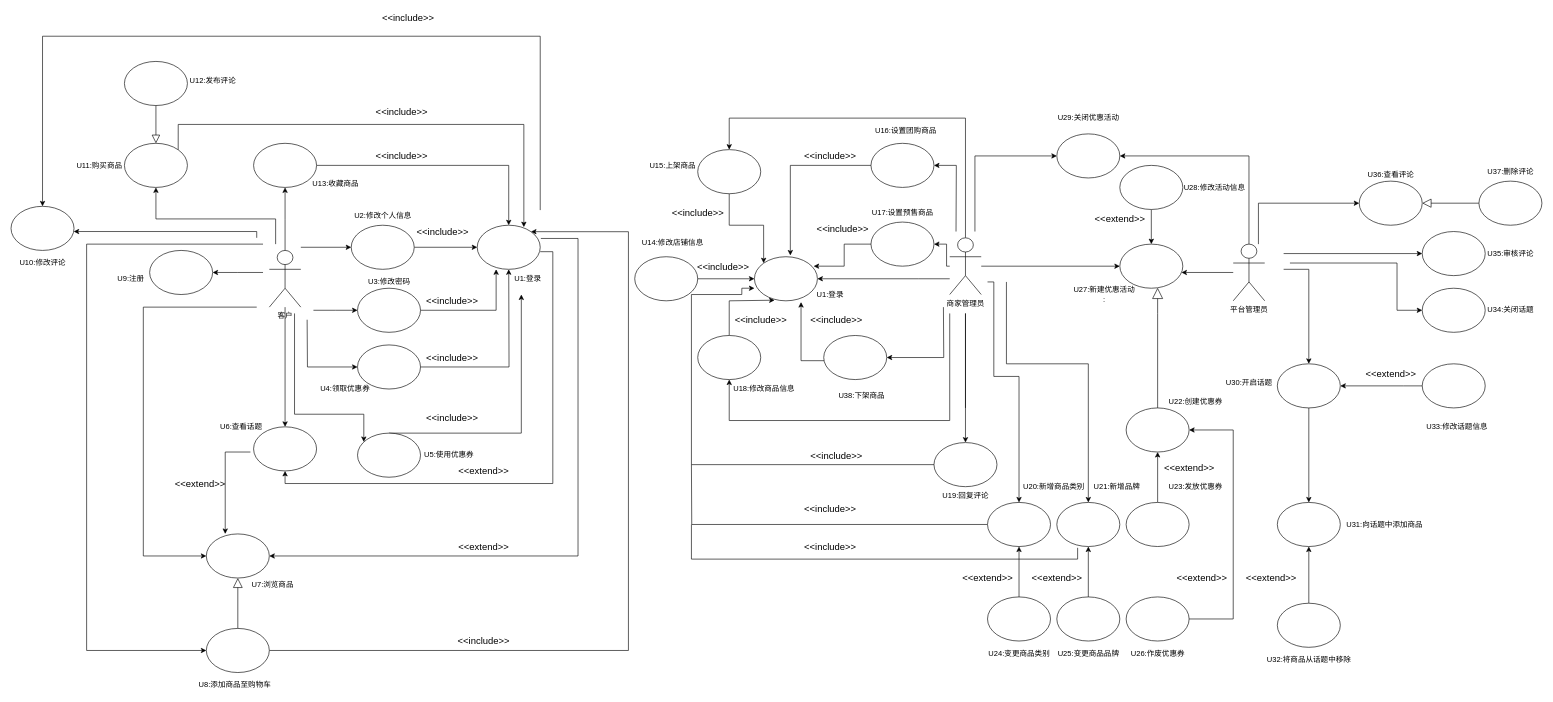
app1echip/grams keeps this draw.io diagram as 软工导论小组作业/需求建模之用例模型（商品模块）.drawio. Above is the earlier version. Source tidied: cells renumbered, new cells numbered last; positions are measured from the earlier drawing's top-left corner, leaving out a move shared by most shapes. Both pictures are drawn from the tidied source at 63%, with x=0, y=0 at pixel (11, 11).
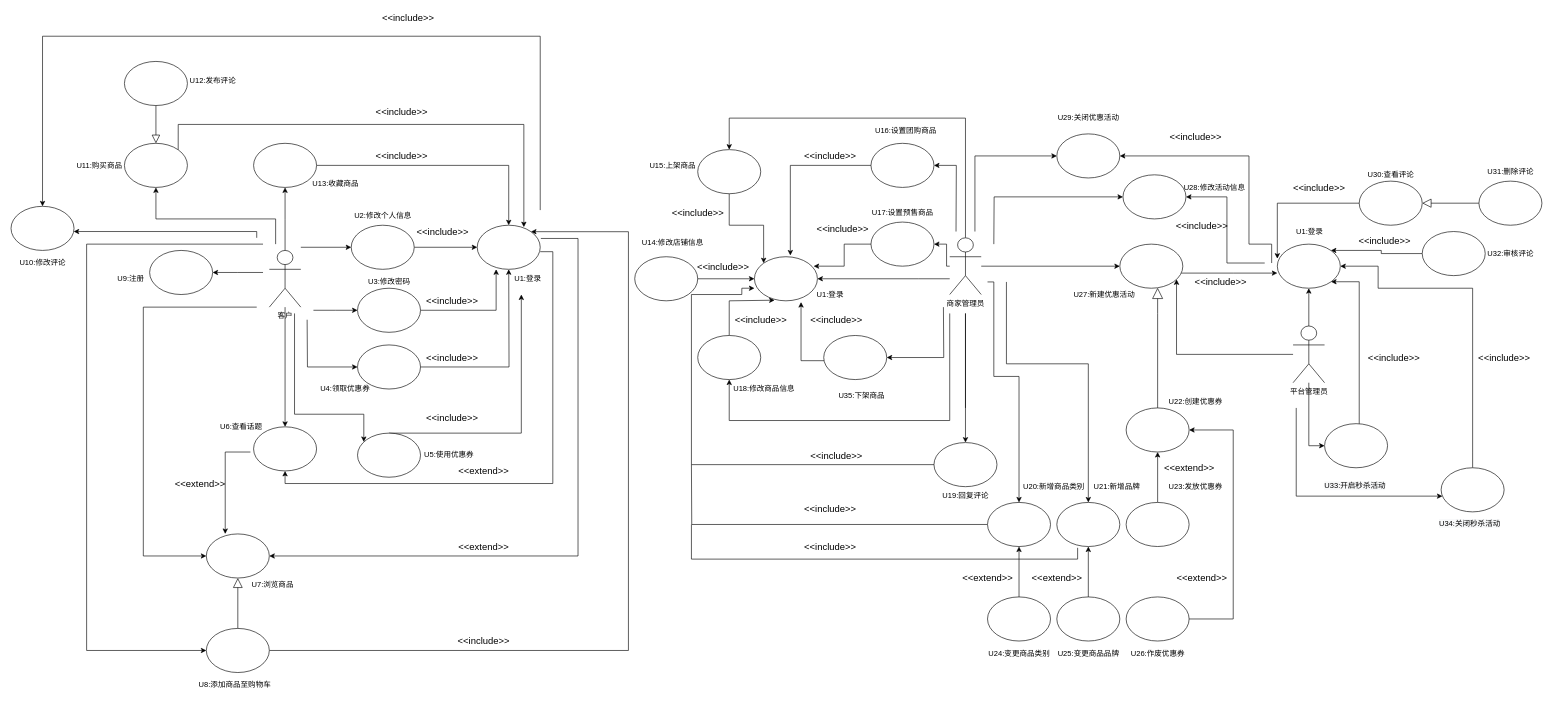
After the change.

Commit message:
Update 需求建模之用例模型（商品模块）.drawio

The change refers to these unchanged cells:
```xml
<mxCell id="57" style="ellipse;whiteSpace=wrap;html=1;" parent="1" vertex="1">
  <mxGeometry x="1760" y="370" width="100" height="70" as="geometry" />
</mxCell>
<mxCell id="59" style="ellipse;whiteSpace=wrap;html=1;" parent="1" vertex="1">
  <mxGeometry x="1660" y="195" width="100" height="70" as="geometry" />
</mxCell>
<mxCell id="63" style="ellipse;whiteSpace=wrap;html=1;" parent="1" vertex="1">
  <mxGeometry x="2240" y="350" width="100" height="70" as="geometry" />
</mxCell>
<mxCell id="81" style="ellipse;whiteSpace=wrap;html=1;" parent="1" vertex="1">
  <mxGeometry x="2140" y="270" width="100" height="70" as="geometry" />
</mxCell>
```

The edit, as a diff of the source:
```diff
@@
-    <mxCell id="10" style="edgeStyle=orthogonalEdgeStyle;rounded=0;jettySize=auto;html=1;" parent="1" edge="1" source="13" target="81">
+    <mxCell id="10" style="edgeStyle=orthogonalEdgeStyle;rounded=0;jettySize=auto;html=1;exitX=0;exitY=0.329;exitDx=0;exitDy=0;exitPerimeter=0;startArrow=classic;startFill=1;endArrow=none;endFill=0;" parent="1" edge="1" source="176" target="81">
       <mxGeometry relative="1" as="geometry">
         <Array as="points">
-          <mxPoint x="1980" y="375" />
+          <mxPoint x="2010" y="305" />
         </Array>
       </mxGeometry>
     </mxCell>
-    <mxCell id="11" style="edgeStyle=orthogonalEdgeStyle;rounded=0;jettySize=auto;html=1;" parent="1" edge="1" source="13" target="57">
+    <mxCell id="11" style="edgeStyle=orthogonalEdgeStyle;rounded=0;jettySize=auto;html=1;exitX=0;exitY=0.657;exitDx=0;exitDy=0;endArrow=none;endFill=0;startArrow=classic;startFill=1;exitPerimeter=0;" parent="1" edge="1" source="176" target="57">
       <mxGeometry relative="1" as="geometry">
         <Array as="points">
-          <mxPoint x="1900" y="415" />
-          <mxPoint x="1900" y="415" />
+          <mxPoint x="1940" y="416" />
+          <mxPoint x="1940" y="416" />
         </Array>
       </mxGeometry>
     </mxCell>
-    <mxCell id="12" style="edgeStyle=orthogonalEdgeStyle;rounded=0;jettySize=auto;html=1;entryX=1;entryY=0.5;entryDx=0;entryDy=0;startArrow=none;startFill=0;endArrow=classic;endFill=1;" parent="1" edge="1" source="13" target="59">
+    <mxCell id="12" style="edgeStyle=orthogonalEdgeStyle;rounded=0;jettySize=auto;html=1;entryX=1;entryY=0.5;entryDx=0;entryDy=0;startArrow=none;startFill=0;endArrow=classic;endFill=1;" parent="1" edge="1" target="59">
       <mxGeometry relative="1" as="geometry">
+        <mxPoint x="2001" y="400" as="sourcePoint" />
         <Array as="points">
+          <mxPoint x="2001" y="370" />
+          <mxPoint x="1965" y="370" />
           <mxPoint x="1965" y="230" />
         </Array>
       </mxGeometry>
     </mxCell>
+    <mxCell id="170" style="edgeStyle=orthogonalEdgeStyle;rounded=0;jettySize=auto;html=1;entryX=0.5;entryY=1;entryDx=0;entryDy=0;startArrow=none;startFill=0;endArrow=classic;endFill=1;" parent="1" edge="1" source="13" target="176">
+      <mxGeometry relative="1" as="geometry" />
+    </mxCell>
+    <mxCell id="171" style="edgeStyle=orthogonalEdgeStyle;rounded=0;jettySize=auto;html=1;startArrow=none;startFill=0;endArrow=classic;endFill=1;endSize=6;" parent="1" edge="1" source="13" target="57">
+      <mxGeometry relative="1" as="geometry">
+        <Array as="points">
+          <mxPoint x="1850" y="545" />
+        </Array>
+      </mxGeometry>
+    </mxCell>
+    <mxCell id="172" style="edgeStyle=orthogonalEdgeStyle;rounded=0;jettySize=auto;html=1;entryX=0;entryY=0.5;entryDx=0;entryDy=0;startArrow=none;startFill=0;endArrow=classic;endFill=1;endSize=6;" parent="1" edge="1" source="13" target="181">
+      <mxGeometry relative="1" as="geometry" />
+    </mxCell>
     <mxCell id="13" value="平台管理员" style="shape=umlActor;verticalLabelPosition=bottom;verticalAlign=top;html=1;outlineConnect=0;" parent="1" vertex="1">
-      <mxGeometry x="1940" y="370" width="50" height="90" as="geometry" />
+      <mxGeometry x="2035" y="500" width="50" height="90" as="geometry" />
     </mxCell>
@@
-    <mxCell id="56" style="edgeStyle=orthogonalEdgeStyle;rounded=0;jettySize=auto;html=1;entryX=0.5;entryY=1;entryDx=0;entryDy=0;startArrow=classic;startFill=1;endArrow=none;endFill=0;" parent="1" edge="1" source="57" target="61">
-      <mxGeometry relative="1" as="geometry" />
-    </mxCell>
@@
+    <mxCell id="173" style="edgeStyle=orthogonalEdgeStyle;rounded=0;jettySize=auto;html=1;startArrow=classic;startFill=1;endArrow=none;endFill=0;" parent="1" edge="1" source="61">
+      <mxGeometry relative="1" as="geometry">
+        <mxPoint x="1560" y="370" as="targetPoint" />
+      </mxGeometry>
+    </mxCell>
+    <mxCell id="174" style="edgeStyle=orthogonalEdgeStyle;rounded=0;jettySize=auto;html=1;startArrow=classic;startFill=1;endArrow=none;endFill=0;" parent="1" edge="1" source="61">
+      <mxGeometry relative="1" as="geometry">
+        <mxPoint x="1990" y="400" as="targetPoint" />
+        <Array as="points">
+          <mxPoint x="1930" y="295" />
+          <mxPoint x="1930" y="400" />
+        </Array>
+      </mxGeometry>
+    </mxCell>
     <mxCell id="61" style="ellipse;whiteSpace=wrap;html=1;" parent="1" vertex="1">
-      <mxGeometry x="1760" y="245" width="100" height="70" as="geometry" />
+      <mxGeometry x="1765" y="260" width="100" height="70" as="geometry" />
     </mxCell>
-    <mxCell id="62" style="edgeStyle=orthogonalEdgeStyle;rounded=0;jettySize=auto;html=1;startArrow=classic;startFill=1;endArrow=none;endFill=0;" parent="1" edge="1" source="63">
-      <mxGeometry relative="1" as="geometry">
-        <mxPoint x="2020" y="385" as="targetPoint" />
-        <Array as="points">
-          <mxPoint x="2020" y="385" />
-        </Array>
-      </mxGeometry>
-    </mxCell>
+    <mxCell id="175" style="edgeStyle=orthogonalEdgeStyle;rounded=0;jettySize=auto;html=1;startArrow=none;startFill=0;endArrow=classic;endFill=1;" parent="1" edge="1" source="63" target="176">
+      <mxGeometry relative="1" as="geometry">
+        <Array as="points">
+          <mxPoint x="2175" y="385" />
+          <mxPoint x="2175" y="380" />
+        </Array>
+      </mxGeometry>
+    </mxCell>
@@
-    <mxCell id="72" style="edgeStyle=orthogonalEdgeStyle;rounded=0;jettySize=auto;html=1;endArrow=none;endFill=0;startArrow=classic;startFill=1;" parent="1" edge="1" source="75" target="76">
-      <mxGeometry relative="1" as="geometry">
-        <Array as="points">
-          <mxPoint x="2210" y="595" />
-          <mxPoint x="2210" y="595" />
-        </Array>
-      </mxGeometry>
-    </mxCell>
-    <mxCell id="73" style="edgeStyle=orthogonalEdgeStyle;rounded=0;jettySize=auto;html=1;startArrow=classic;startFill=1;endArrow=none;endFill=0;" parent="1" edge="1" source="75">
-      <mxGeometry relative="1" as="geometry">
-        <mxPoint x="2020" y="410" as="targetPoint" />
-        <Array as="points">
-          <mxPoint x="2060" y="410" />
-        </Array>
-      </mxGeometry>
-    </mxCell>
-    <mxCell id="74" style="edgeStyle=orthogonalEdgeStyle;rounded=0;jettySize=auto;html=1;entryX=0.5;entryY=0;entryDx=0;entryDy=0;startArrow=none;startFill=0;endArrow=classic;endFill=1;" parent="1" edge="1" source="75" target="87">
-      <mxGeometry relative="1" as="geometry" />
-    </mxCell>
-    <mxCell id="75" style="ellipse;whiteSpace=wrap;html=1;" parent="1" vertex="1">
-      <mxGeometry x="2010" y="560" width="100" height="70" as="geometry" />
-    </mxCell>
-    <mxCell id="76" style="ellipse;whiteSpace=wrap;html=1;" parent="1" vertex="1">
-      <mxGeometry x="2240" y="560" width="100" height="70" as="geometry" />
-    </mxCell>
-    <mxCell id="77" style="edgeStyle=orthogonalEdgeStyle;rounded=0;jettySize=auto;html=1;startArrow=classic;startFill=1;endArrow=none;endFill=0;" parent="1" edge="1" source="78">
-      <mxGeometry relative="1" as="geometry">
-        <mxPoint x="2030" y="400" as="targetPoint" />
-        <Array as="points">
-          <mxPoint x="2200" y="475" />
-          <mxPoint x="2200" y="400" />
-        </Array>
-      </mxGeometry>
-    </mxCell>
-    <mxCell id="78" style="ellipse;whiteSpace=wrap;html=1;" parent="1" vertex="1">
-      <mxGeometry x="2240" y="440" width="100" height="70" as="geometry" />
-    </mxCell>
@@
-    <mxCell id="87" style="ellipse;whiteSpace=wrap;html=1;" parent="1" vertex="1">
-      <mxGeometry x="2010" y="780" width="100" height="70" as="geometry" />
-    </mxCell>
-    <mxCell id="88" style="edgeStyle=orthogonalEdgeStyle;rounded=0;jettySize=auto;html=1;entryX=0.5;entryY=1;entryDx=0;entryDy=0;startArrow=none;startFill=0;endArrow=classic;endFill=1;" parent="1" edge="1" source="89" target="87">
-      <mxGeometry relative="1" as="geometry" />
-    </mxCell>
-    <mxCell id="89" style="ellipse;whiteSpace=wrap;html=1;" parent="1" vertex="1">
-      <mxGeometry x="2010" y="940" width="100" height="70" as="geometry" />
-    </mxCell>
@@
-    <mxCell id="113" value="&lt;font style=&quot;font-size: 15px&quot;&gt;&amp;lt;&amp;lt;extend&amp;gt;&amp;gt;&lt;/font&gt;" style="text;html=1;align=center;verticalAlign=middle;" parent="1" vertex="1">
-      <mxGeometry x="1710" y="320" width="100" height="20" as="geometry" />
-    </mxCell>
@@
-    <mxCell id="117" value="&lt;font style=&quot;font-size: 15px&quot;&gt;&amp;lt;&amp;lt;extend&amp;gt;&amp;gt;&lt;/font&gt;" style="text;html=1;align=center;verticalAlign=middle;" parent="1" vertex="1">
-      <mxGeometry x="1950" y="890" width="100" height="20" as="geometry" />
-    </mxCell>
-    <mxCell id="118" value="&lt;font style=&quot;font-size: 15px&quot;&gt;&amp;lt;&amp;lt;extend&amp;gt;&amp;gt;&lt;/font&gt;" style="text;html=1;align=center;verticalAlign=middle;" parent="1" vertex="1">
-      <mxGeometry x="2140" y="565" width="100" height="20" as="geometry" />
-    </mxCell>
@@
-    <mxCell id="144" value="&lt;span&gt;U38:&lt;/span&gt;&lt;span&gt;下架商品&lt;/span&gt;" style="text;html=1;align=center;verticalAlign=middle;" parent="1" vertex="1">
+    <mxCell id="144" value="&lt;span&gt;U35:&lt;/span&gt;&lt;span&gt;下架商品&lt;/span&gt;" style="text;html=1;align=center;verticalAlign=middle;" parent="1" vertex="1">
       <mxGeometry x="1305" y="600" width="90" height="20" as="geometry" />
     </mxCell>
@@
-    <mxCell id="154" value="&lt;span&gt;U27:新建&lt;/span&gt;&lt;span&gt;优惠活动&lt;/span&gt;&lt;span&gt;&lt;br&gt;:&lt;/span&gt;" style="text;html=1;align=center;verticalAlign=middle;" parent="1" vertex="1">
-      <mxGeometry x="1680" y="435" width="110" height="30" as="geometry" />
+    <mxCell id="154" value="&lt;span&gt;U27:新建&lt;/span&gt;&lt;span&gt;优惠活动&lt;/span&gt;&lt;span&gt;&lt;br&gt;&lt;/span&gt;" style="text;html=1;align=center;verticalAlign=middle;" parent="1" vertex="1">
+      <mxGeometry x="1680" y="440" width="110" height="20" as="geometry" />
     </mxCell>
@@
-    <mxCell id="157" value="&lt;span&gt;U30:&lt;/span&gt;&lt;span&gt;开启话题&lt;/span&gt;" style="text;html=1;align=center;verticalAlign=middle;" parent="1" vertex="1">
-      <mxGeometry x="1920" y="580" width="90" height="20" as="geometry" />
-    </mxCell>
-    <mxCell id="158" value="&lt;span&gt;U33:&lt;/span&gt;&lt;span&gt;修改话题信息&lt;/span&gt;" style="text;html=1;align=center;verticalAlign=middle;" parent="1" vertex="1">
-      <mxGeometry x="2240" y="650" width="110" height="20" as="geometry" />
-    </mxCell>
-    <mxCell id="159" value="&lt;span&gt;U31:&lt;/span&gt;&lt;span&gt;向话题中添加商品&lt;/span&gt;" style="text;html=1;align=center;verticalAlign=middle;" parent="1" vertex="1">
-      <mxGeometry x="2110" y="805" width="140" height="20" as="geometry" />
-    </mxCell>
-    <mxCell id="160" value="&lt;span&gt;U32:&lt;/span&gt;&lt;span&gt;将商品从话题中移除&lt;/span&gt;" style="text;html=1;align=center;verticalAlign=middle;" parent="1" vertex="1">
-      <mxGeometry x="1985" y="1020" width="150" height="20" as="geometry" />
-    </mxCell>
-    <mxCell id="161" value="&lt;span&gt;U34:&lt;/span&gt;&lt;span&gt;关闭话题&lt;/span&gt;" style="text;html=1;align=center;verticalAlign=middle;" parent="1" vertex="1">
-      <mxGeometry x="2335" y="465" width="90" height="20" as="geometry" />
-    </mxCell>
-    <mxCell id="162" value="&lt;span&gt;U36:&lt;/span&gt;&lt;span&gt;查看评论&lt;/span&gt;" style="text;html=1;align=center;verticalAlign=middle;" parent="1" vertex="1">
+    <mxCell id="162" value="&lt;span&gt;U30:&lt;/span&gt;&lt;span&gt;查看评论&lt;/span&gt;" style="text;html=1;align=center;verticalAlign=middle;" parent="1" vertex="1">
       <mxGeometry x="2145" y="250" width="90" height="20" as="geometry" />
     </mxCell>
-    <mxCell id="163" value="&lt;span&gt;U37:&lt;/span&gt;&lt;span&gt;删除评论&lt;/span&gt;" style="text;html=1;align=center;verticalAlign=middle;" parent="1" vertex="1">
+    <mxCell id="163" value="&lt;span&gt;U31:&lt;/span&gt;&lt;span&gt;删除评论&lt;/span&gt;" style="text;html=1;align=center;verticalAlign=middle;" parent="1" vertex="1">
       <mxGeometry x="2335" y="245" width="90" height="20" as="geometry" />
     </mxCell>
-    <mxCell id="164" value="&lt;span&gt;U35:&lt;/span&gt;&lt;span&gt;审核评论&lt;/span&gt;" style="text;html=1;align=center;verticalAlign=middle;" parent="1" vertex="1">
+    <mxCell id="164" value="&lt;span&gt;U32:&lt;/span&gt;&lt;span&gt;审核评论&lt;/span&gt;" style="text;html=1;align=center;verticalAlign=middle;" parent="1" vertex="1">
       <mxGeometry x="2335" y="375" width="90" height="20" as="geometry" />
     </mxCell>
@@
+    <mxCell id="176" style="ellipse;whiteSpace=wrap;html=1;" parent="1" vertex="1">
+      <mxGeometry x="2010" y="370" width="100" height="70" as="geometry" />
+    </mxCell>
+    <mxCell id="177" value="&lt;span&gt;U1:登录&lt;/span&gt;" style="text;html=1;align=center;verticalAlign=middle;" parent="1" vertex="1">
+      <mxGeometry x="2031" y="340" width="60" height="20" as="geometry" />
+    </mxCell>
+    <mxCell id="178" value="&lt;font style=&quot;font-size: 15px&quot;&gt;&amp;lt;&amp;lt;include&amp;gt;&amp;gt;&lt;/font&gt;" style="text;html=1;align=center;verticalAlign=middle;" parent="1" vertex="1">
+      <mxGeometry x="2130" y="355" width="100" height="20" as="geometry" />
+    </mxCell>
+    <mxCell id="179" value="&lt;font style=&quot;font-size: 15px&quot;&gt;&amp;lt;&amp;lt;include&amp;gt;&amp;gt;&lt;/font&gt;" style="text;html=1;align=center;verticalAlign=middle;" parent="1" vertex="1">
+      <mxGeometry x="2026" y="270" width="100" height="20" as="geometry" />
+    </mxCell>
+    <mxCell id="180" style="edgeStyle=orthogonalEdgeStyle;rounded=0;jettySize=auto;html=1;entryX=1;entryY=1;entryDx=0;entryDy=0;startArrow=none;startFill=0;endArrow=classic;endFill=1;" parent="1" edge="1" source="181" target="176">
+      <mxGeometry relative="1" as="geometry">
+        <Array as="points">
+          <mxPoint x="2140" y="685" />
+          <mxPoint x="2140" y="430" />
+        </Array>
+      </mxGeometry>
+    </mxCell>
+    <mxCell id="181" style="ellipse;whiteSpace=wrap;html=1;" parent="1" vertex="1">
+      <mxGeometry x="2085" y="655" width="100" height="70" as="geometry" />
+    </mxCell>
+    <mxCell id="182" value="&lt;span style=&quot;color: rgb(0 , 0 , 0) ; font-family: &amp;#34;helvetica&amp;#34; ; font-size: 12px ; font-style: normal ; font-weight: 400 ; letter-spacing: normal ; text-align: center ; text-indent: 0px ; text-transform: none ; word-spacing: 0px ; background-color: rgb(248 , 249 , 250)&quot;&gt;U33:&lt;/span&gt;&lt;span style=&quot;color: rgb(0 , 0 , 0) ; font-family: &amp;#34;helvetica&amp;#34; ; font-size: 12px ; font-style: normal ; font-weight: 400 ; letter-spacing: normal ; text-align: center ; text-indent: 0px ; text-transform: none ; word-spacing: 0px ; background-color: rgb(248 , 249 , 250)&quot;&gt;开启秒杀活动&lt;/span&gt;" style="text;whiteSpace=wrap;html=1;" parent="1" vertex="1">
+      <mxGeometry x="2083" y="740" width="104" height="30" as="geometry" />
+    </mxCell>
+    <mxCell id="183" value="&lt;font style=&quot;font-size: 15px&quot;&gt;&amp;lt;&amp;lt;include&amp;gt;&amp;gt;&lt;/font&gt;" style="text;html=1;align=center;verticalAlign=middle;" parent="1" vertex="1">
+      <mxGeometry x="2145" y="540" width="100" height="20" as="geometry" />
+    </mxCell>
+    <mxCell id="184" style="edgeStyle=orthogonalEdgeStyle;rounded=0;jettySize=auto;html=1;entryX=1;entryY=0.5;entryDx=0;entryDy=0;startArrow=none;startFill=0;endArrow=classic;endFill=1;" parent="1" edge="1" source="186" target="176">
+      <mxGeometry relative="1" as="geometry">
+        <Array as="points">
+          <mxPoint x="2320" y="700" />
+          <mxPoint x="2320" y="440" />
+          <mxPoint x="2170" y="440" />
+          <mxPoint x="2170" y="405" />
+        </Array>
+      </mxGeometry>
+    </mxCell>
+    <mxCell id="185" style="edgeStyle=orthogonalEdgeStyle;rounded=0;jettySize=auto;html=1;startArrow=classic;startFill=1;endArrow=none;endFill=0;endSize=6;" parent="1" edge="1" source="186">
+      <mxGeometry relative="1" as="geometry">
+        <mxPoint x="2040" y="630" as="targetPoint" />
+        <Array as="points">
+          <mxPoint x="2040" y="770" />
+        </Array>
+      </mxGeometry>
+    </mxCell>
+    <mxCell id="186" style="ellipse;whiteSpace=wrap;html=1;" parent="1" vertex="1">
+      <mxGeometry x="2270" y="725" width="100" height="70" as="geometry" />
+    </mxCell>
+    <mxCell id="187" value="&lt;font style=&quot;font-size: 15px&quot;&gt;&amp;lt;&amp;lt;include&amp;gt;&amp;gt;&lt;/font&gt;" style="text;html=1;align=center;verticalAlign=middle;" parent="1" vertex="1">
+      <mxGeometry x="2320" y="540" width="100" height="20" as="geometry" />
+    </mxCell>
+    <mxCell id="188" value="&lt;span style=&quot;color: rgb(0 , 0 , 0) ; font-family: &amp;#34;helvetica&amp;#34; ; font-size: 12px ; font-style: normal ; font-weight: 400 ; letter-spacing: normal ; text-align: center ; text-indent: 0px ; text-transform: none ; word-spacing: 0px ; background-color: rgb(248 , 249 , 250)&quot;&gt;U34:&lt;/span&gt;&lt;span style=&quot;color: rgb(0 , 0 , 0) ; font-family: &amp;#34;helvetica&amp;#34; ; font-size: 12px ; font-style: normal ; font-weight: 400 ; letter-spacing: normal ; text-align: center ; text-indent: 0px ; text-transform: none ; word-spacing: 0px ; background-color: rgb(248 , 249 , 250)&quot;&gt;关闭秒杀活动&lt;/span&gt;" style="text;whiteSpace=wrap;html=1;" parent="1" vertex="1">
+      <mxGeometry x="2265" y="800" width="110" height="30" as="geometry" />
+    </mxCell>
+    <mxCell id="189" value="&lt;font style=&quot;font-size: 15px&quot;&gt;&amp;lt;&amp;lt;include&amp;gt;&amp;gt;&lt;/font&gt;" style="text;html=1;align=center;verticalAlign=middle;" parent="1" vertex="1">
+      <mxGeometry x="1830" y="190" width="100" height="20" as="geometry" />
+    </mxCell>
+    <mxCell id="190" value="&lt;font style=&quot;font-size: 15px&quot;&gt;&amp;lt;&amp;lt;include&amp;gt;&amp;gt;&lt;/font&gt;" style="text;html=1;align=center;verticalAlign=middle;" parent="1" vertex="1">
+      <mxGeometry x="1840" y="330" width="100" height="20" as="geometry" />
+    </mxCell>
+    <mxCell id="191" value="&lt;font style=&quot;font-size: 15px&quot;&gt;&amp;lt;&amp;lt;include&amp;gt;&amp;gt;&lt;/font&gt;" style="text;html=1;align=center;verticalAlign=middle;" parent="1" vertex="1">
+      <mxGeometry x="1870" y="420" width="100" height="20" as="geometry" />
+    </mxCell>
```
